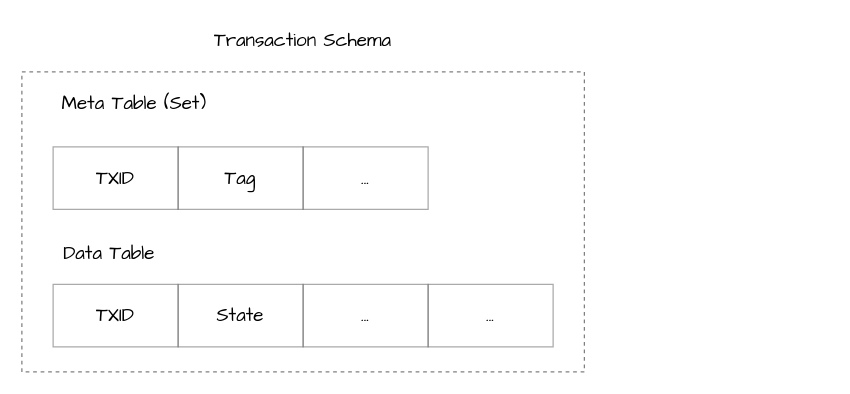
This is page "tx-schema" (8 of 15) of img/diagram.drawio from ccchrunik/hierasaga, a draw.io file, before an edit. Source tidied: cells renumbered, new cells numbered last; positions are measured from the earlier drawing's top-left corner, leaving out a move shared by most shapes. Both pictures are drawn from the tidied source at 125%, with x=0, y=0 at pixel (21, 21).
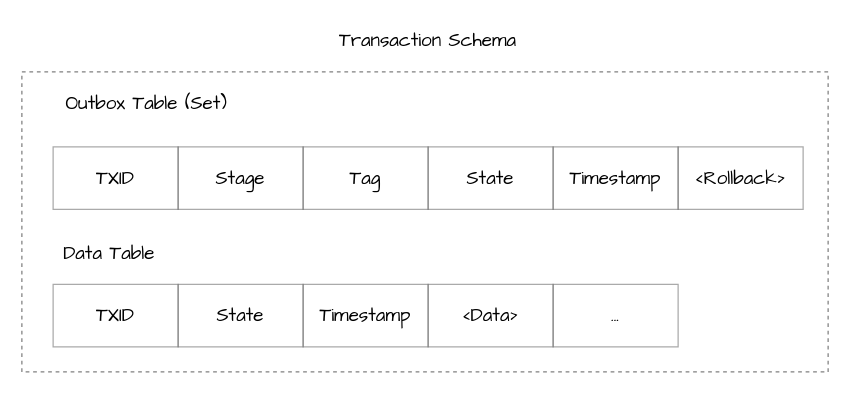
Above is the later version.

What changed in the source:
```diff
@@
 <mxGraphModel>
   <root>
     <mxCell id="0" />
     <mxCell id="1" parent="0" />
     <mxCell id="2" value="Transaction Schema" style="text;html=1;strokeColor=none;fillColor=none;align=center;verticalAlign=middle;whiteSpace=wrap;rounded=0;sketch=1;fontSize=15;opacity=50;fontFamily=Comic Sans MS;" parent="1" vertex="1">
-      <mxGeometry x="106.2" width="237.5" height="30" as="geometry" />
+      <mxGeometry x="206.2" width="237.5" height="30" as="geometry" />
     </mxCell>
     <mxCell id="3" style="rounded=0;whiteSpace=wrap;html=1;sketch=0;fontFamily=Comic Sans MS;fontSize=15;strokeColor=#000000;fillColor=none;opacity=50;dashed=1;" parent="1" vertex="1">
-      <mxGeometry y="40" width="450" height="240" as="geometry" />
+      <mxGeometry y="40" width="645" height="240" as="geometry" />
     </mxCell>
     <mxCell id="4" value="Data Table" style="text;html=1;strokeColor=none;fillColor=none;align=center;verticalAlign=middle;whiteSpace=wrap;rounded=0;sketch=1;fontSize=15;opacity=50;fontFamily=Comic Sans MS;" parent="1" vertex="1">
       <mxGeometry x="25" y="170" width="90" height="30" as="geometry" />
     </mxCell>
-    <mxCell id="5" value="Meta Table (Set)" style="text;html=1;strokeColor=none;fillColor=none;align=center;verticalAlign=middle;whiteSpace=wrap;rounded=0;sketch=1;fontSize=15;opacity=50;fontFamily=Comic Sans MS;" parent="1" vertex="1">
-      <mxGeometry x="25" y="50" width="130" height="30" as="geometry" />
+    <mxCell id="5" value="Outbox Table (Set)" style="text;html=1;strokeColor=none;fillColor=none;align=center;verticalAlign=middle;whiteSpace=wrap;rounded=0;sketch=1;fontSize=15;opacity=50;fontFamily=Comic Sans MS;" parent="1" vertex="1">
+      <mxGeometry x="25" y="50" width="150" height="30" as="geometry" />
     </mxCell>
+    <mxCell id="10" value="State" style="rounded=0;whiteSpace=wrap;html=1;sketch=0;fontFamily=Comic Sans MS;fontSize=15;strokeColor=#575757;fillColor=none;opacity=50;" parent="1" vertex="1">
+      <mxGeometry x="125" y="210" width="100" height="50" as="geometry" />
+    </mxCell>
+    <mxCell id="11" value="Timestamp" style="rounded=0;whiteSpace=wrap;html=1;sketch=0;fontFamily=Comic Sans MS;fontSize=15;strokeColor=#575757;fillColor=none;opacity=50;" parent="1" vertex="1">
+      <mxGeometry x="225" y="210" width="100" height="50" as="geometry" />
+    </mxCell>
+    <mxCell id="12" value="TXID" style="rounded=0;whiteSpace=wrap;html=1;sketch=0;fontFamily=Comic Sans MS;fontSize=15;strokeColor=#575757;fillColor=none;opacity=50;" parent="1" vertex="1">
+      <mxGeometry x="25" y="210" width="100" height="50" as="geometry" />
+    </mxCell>
+    <mxCell id="13" value="&amp;lt;Data&amp;gt;" style="rounded=0;whiteSpace=wrap;html=1;sketch=0;fontFamily=Comic Sans MS;fontSize=15;strokeColor=#575757;fillColor=none;opacity=50;" parent="1" vertex="1">
+      <mxGeometry x="325" y="210" width="100" height="50" as="geometry" />
+    </mxCell>
+    <mxCell id="14" value="..." style="rounded=0;whiteSpace=wrap;html=1;sketch=0;fontFamily=Comic Sans MS;fontSize=15;strokeColor=#575757;fillColor=none;opacity=50;" parent="1" vertex="1">
+      <mxGeometry x="425" y="210" width="100" height="50" as="geometry" />
+    </mxCell>
+    <mxCell id="15" style="group;" parent="1" vertex="1">
+      <mxGeometry x="25" y="100" width="600" height="50" as="geometry" />
+    </mxCell>
+    <mxCell id="16" style="group;" parent="15" vertex="1">
+      <mxGeometry width="400" height="50" as="geometry" />
+    </mxCell>
-    <mxCell id="6" style="group;" parent="1" vertex="1">
-      <mxGeometry x="25" y="100" width="300" height="50" as="geometry" />
+    <mxCell id="6" style="group;" parent="16" vertex="1">
+      <mxGeometry width="300" height="50" as="geometry" />
     </mxCell>
     <mxCell id="7" value="TXID" style="rounded=0;whiteSpace=wrap;html=1;sketch=0;fontFamily=Comic Sans MS;fontSize=15;strokeColor=#575757;fillColor=none;opacity=50;" parent="6" vertex="1">
       <mxGeometry width="100" height="50" as="geometry" />
     </mxCell>
-    <mxCell id="8" value="..." style="rounded=0;whiteSpace=wrap;html=1;sketch=0;fontFamily=Comic Sans MS;fontSize=15;strokeColor=#575757;fillColor=none;opacity=50;" parent="6" vertex="1">
+    <mxCell id="8" value="Tag" style="rounded=0;whiteSpace=wrap;html=1;sketch=0;fontFamily=Comic Sans MS;fontSize=15;strokeColor=#575757;fillColor=none;opacity=50;" parent="6" vertex="1">
       <mxGeometry x="200" width="100" height="50" as="geometry" />
     </mxCell>
-    <mxCell id="9" value="Tag" style="rounded=0;whiteSpace=wrap;html=1;sketch=0;fontFamily=Comic Sans MS;fontSize=15;strokeColor=#575757;fillColor=none;opacity=50;" parent="6" vertex="1">
+    <mxCell id="9" value="Stage" style="rounded=0;whiteSpace=wrap;html=1;sketch=0;fontFamily=Comic Sans MS;fontSize=15;strokeColor=#575757;fillColor=none;opacity=50;" parent="6" vertex="1">
       <mxGeometry x="100" width="100" height="50" as="geometry" />
     </mxCell>
-    <mxCell id="10" value="State" style="rounded=0;whiteSpace=wrap;html=1;sketch=0;fontFamily=Comic Sans MS;fontSize=15;strokeColor=#575757;fillColor=none;opacity=50;" parent="1" vertex="1">
-      <mxGeometry x="125" y="210" width="100" height="50" as="geometry" />
-    </mxCell>
-    <mxCell id="11" value="..." style="rounded=0;whiteSpace=wrap;html=1;sketch=0;fontFamily=Comic Sans MS;fontSize=15;strokeColor=#575757;fillColor=none;opacity=50;" parent="1" vertex="1">
-      <mxGeometry x="225" y="210" width="100" height="50" as="geometry" />
-    </mxCell>
-    <mxCell id="12" value="TXID" style="rounded=0;whiteSpace=wrap;html=1;sketch=0;fontFamily=Comic Sans MS;fontSize=15;strokeColor=#575757;fillColor=none;opacity=50;" parent="1" vertex="1">
-      <mxGeometry x="25" y="210" width="100" height="50" as="geometry" />
-    </mxCell>
-    <mxCell id="13" value="..." style="rounded=0;whiteSpace=wrap;html=1;sketch=0;fontFamily=Comic Sans MS;fontSize=15;strokeColor=#575757;fillColor=none;opacity=50;" parent="1" vertex="1">
-      <mxGeometry x="325" y="210" width="100" height="50" as="geometry" />
-    </mxCell>
+    <mxCell id="17" value="State" style="rounded=0;whiteSpace=wrap;html=1;sketch=0;fontFamily=Comic Sans MS;fontSize=15;strokeColor=#575757;fillColor=none;opacity=50;" parent="16" vertex="1">
+      <mxGeometry x="300" width="100" height="50" as="geometry" />
+    </mxCell>
+    <mxCell id="18" value="Timestamp" style="rounded=0;whiteSpace=wrap;html=1;sketch=0;fontFamily=Comic Sans MS;fontSize=15;strokeColor=#575757;fillColor=none;opacity=50;" parent="15" vertex="1">
+      <mxGeometry x="400" width="100" height="50" as="geometry" />
+    </mxCell>
+    <mxCell id="19" value="&amp;lt;Rollback&amp;gt;" style="rounded=0;whiteSpace=wrap;html=1;sketch=0;fontFamily=Comic Sans MS;fontSize=15;strokeColor=#575757;fillColor=none;opacity=50;" parent="15" vertex="1">
+      <mxGeometry x="500" width="100" height="50" as="geometry" />
+    </mxCell>
   </root>
 </mxGraphModel>
```
